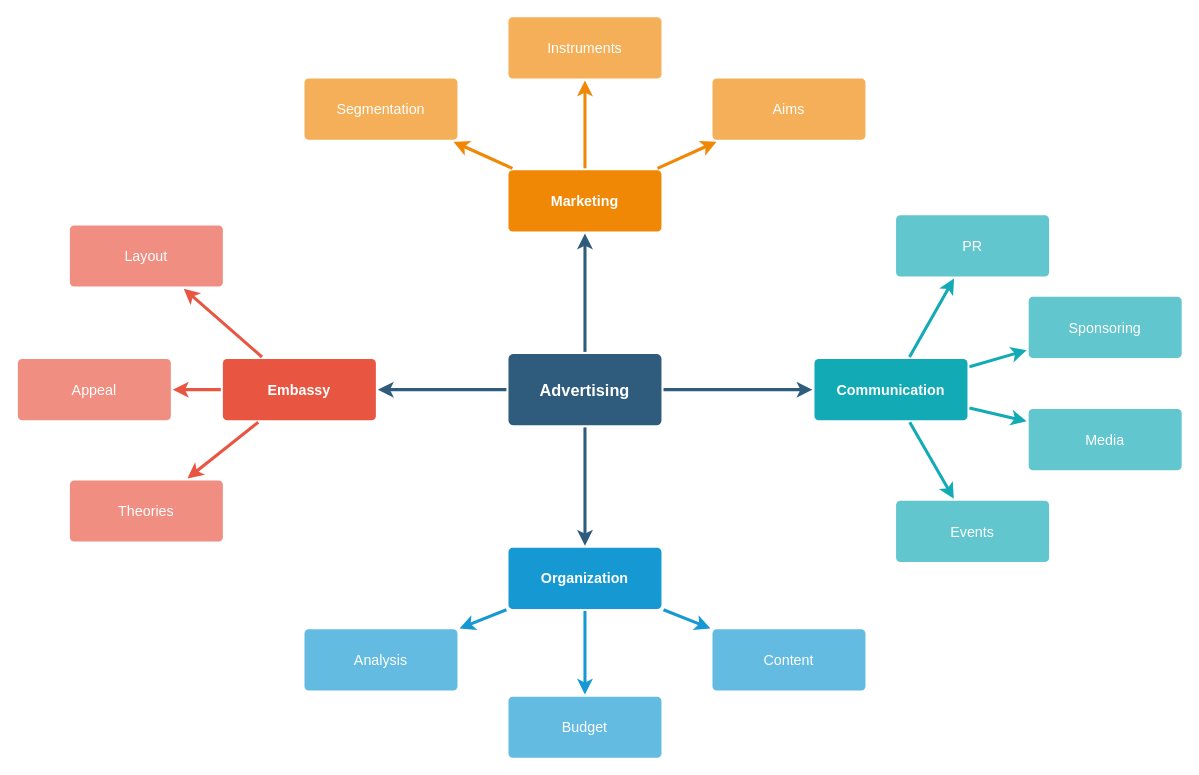
Earlier version of the draw.io diagram Untitled Diagram.drawio (EiT-2020-Group-172/EiT-Posters). Source tidied: cells renumbered, new cells numbered last; positions are measured from the earlier drawing's top-left corner, leaving out a move shared by most shapes. Both pictures are drawn from the tidied source at 102%, with x=0, y=0 at pixel (17, 16).
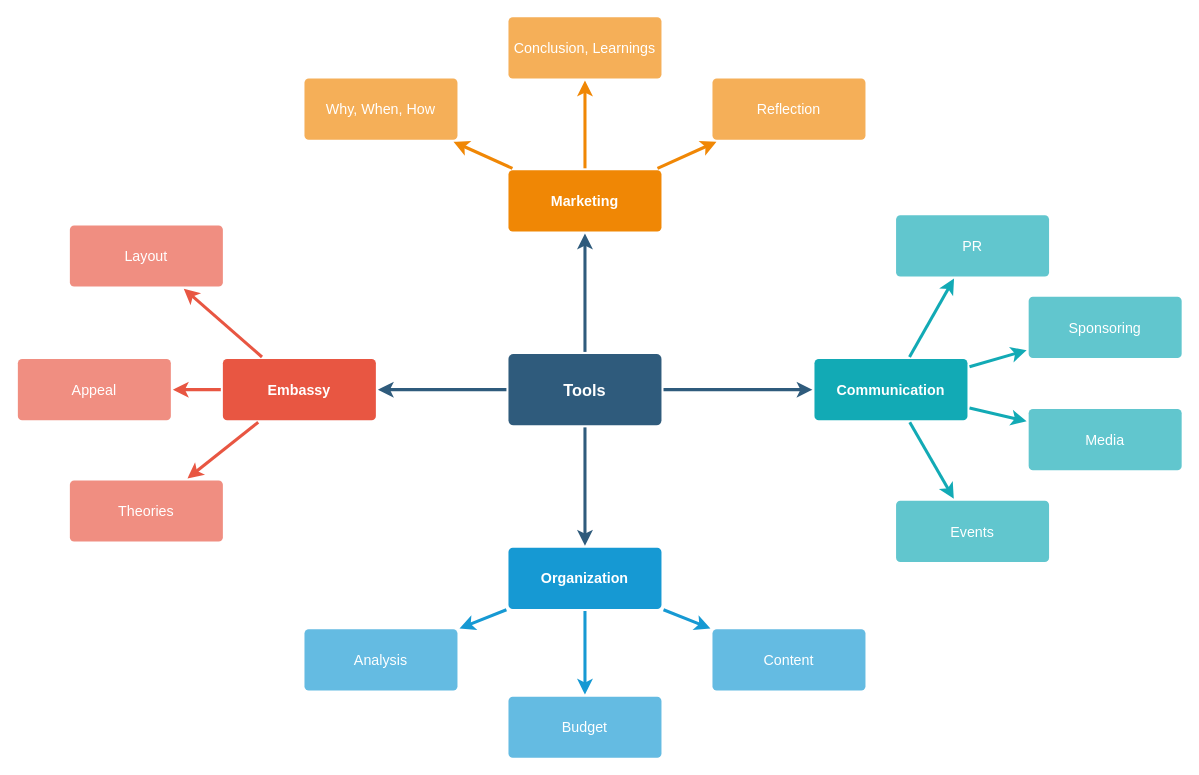
After the change.

Change to the diagram source:
```diff
@@
-    <mxCell id="6" value="Advertising" style="rounded=1;whiteSpace=wrap;html=1;shadow=0;labelBackgroundColor=none;strokeColor=none;strokeWidth=3;fillColor=#2F5B7C;fontFamily=Helvetica;fontSize=16;fontColor=#FFFFFF;align=center;fontStyle=1;spacing=5;arcSize=7;perimeterSpacing=2;" parent="1" vertex="1">
+    <mxCell id="6" value="Tools" style="rounded=1;whiteSpace=wrap;html=1;shadow=0;labelBackgroundColor=none;strokeColor=none;strokeWidth=3;fillColor=#2F5B7C;fontFamily=Helvetica;fontSize=16;fontColor=#FFFFFF;align=center;fontStyle=1;spacing=5;arcSize=7;perimeterSpacing=2;" parent="1" vertex="1">
       <mxGeometry x="481" y="330.5" width="150" height="70" as="geometry" />
     </mxCell>
@@
-    <mxCell id="22" value="Aims&lt;br&gt;" style="rounded=1;whiteSpace=wrap;html=1;shadow=0;labelBackgroundColor=none;strokeColor=none;strokeWidth=3;fillColor=#f5af58;fontFamily=Helvetica;fontSize=14;fontColor=#FFFFFF;align=center;spacing=5;arcSize=7;perimeterSpacing=2;" parent="1" vertex="1">
+    <mxCell id="22" value="Reflection" style="rounded=1;whiteSpace=wrap;html=1;shadow=0;labelBackgroundColor=none;strokeColor=none;strokeWidth=3;fillColor=#f5af58;fontFamily=Helvetica;fontSize=14;fontColor=#FFFFFF;align=center;spacing=5;arcSize=7;perimeterSpacing=2;" parent="1" vertex="1">
       <mxGeometry x="681" y="60.5" width="150" height="60" as="geometry" />
     </mxCell>
@@
-    <mxCell id="24" value="Instruments" style="rounded=1;whiteSpace=wrap;html=1;shadow=0;labelBackgroundColor=none;strokeColor=none;strokeWidth=3;fillColor=#f5af58;fontFamily=Helvetica;fontSize=14;fontColor=#FFFFFF;align=center;spacing=5;arcSize=7;perimeterSpacing=2;" parent="1" vertex="1">
+    <mxCell id="24" value="Conclusion, Learnings" style="rounded=1;whiteSpace=wrap;html=1;shadow=0;labelBackgroundColor=none;strokeColor=none;strokeWidth=3;fillColor=#f5af58;fontFamily=Helvetica;fontSize=14;fontColor=#FFFFFF;align=center;spacing=5;arcSize=7;perimeterSpacing=2;" parent="1" vertex="1">
       <mxGeometry x="481" y="0.5" width="150" height="60" as="geometry" />
     </mxCell>
@@
-    <mxCell id="26" value="Segmentation" style="rounded=1;whiteSpace=wrap;html=1;shadow=0;labelBackgroundColor=none;strokeColor=none;strokeWidth=3;fillColor=#f5af58;fontFamily=Helvetica;fontSize=14;fontColor=#FFFFFF;align=center;spacing=5;arcSize=7;perimeterSpacing=2;" parent="1" vertex="1">
+    <mxCell id="26" value="Why, When, How" style="rounded=1;whiteSpace=wrap;html=1;shadow=0;labelBackgroundColor=none;strokeColor=none;strokeWidth=3;fillColor=#f5af58;fontFamily=Helvetica;fontSize=14;fontColor=#FFFFFF;align=center;spacing=5;arcSize=7;perimeterSpacing=2;" parent="1" vertex="1">
       <mxGeometry x="281" y="60.5" width="150" height="60" as="geometry" />
     </mxCell>
```
